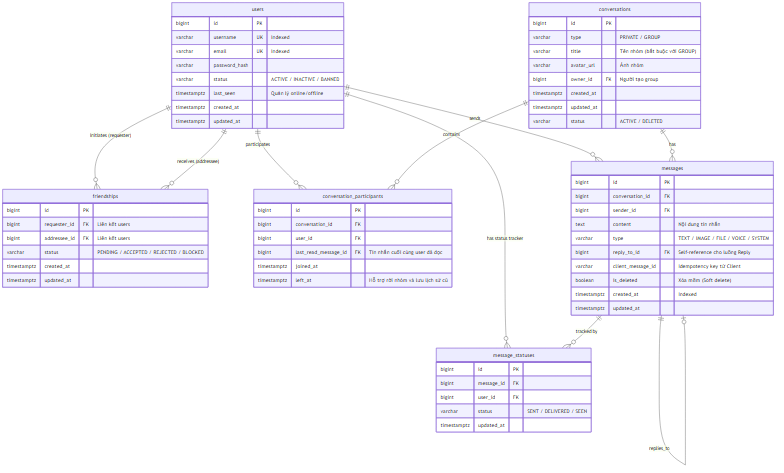
The Mermaid diagram docs/diagrams/database_erd.png in VUVANQUANIT/NexChat, before a commit. Its source is kept beside it as docs/diagrams/database_erd.mmd. Source of this version:
```mermaid
erDiagram
    users {
        bigint id PK
        varchar username UK "Indexed"
        varchar email UK "Indexed"
        varchar password_hash
        varchar status "ACTIVE / INACTIVE / BANNED"
        timestamptz last_seen "Quản lý online/offline"
        timestamptz created_at
        timestamptz updated_at
    }

    friendships {
        bigint id PK
        bigint requester_id FK "Liên kết users"
        bigint addressee_id FK "Liên kết users"
        varchar status "PENDING / ACCEPTED / REJECTED / BLOCKED"
        timestamptz created_at
        timestamptz updated_at
    }

    conversations {
        bigint id PK
        varchar type "PRIVATE / GROUP"
        varchar title "Tên nhóm (bắt buộc với GROUP)"
        varchar avatar_url "Ảnh nhóm"
        bigint owner_id FK "Người tạo group"
        timestamptz created_at
        timestamptz updated_at
        varchar status "ACTIVE / DELETED"
    }

    conversation_participants {
        bigint id PK
        bigint conversation_id FK
        bigint user_id FK
        bigint last_read_message_id FK "Tin nhắn cuối cùng user đã đọc"
        timestamptz joined_at
        timestamptz left_at "Hỗ trợ rời nhóm và lưu lịch sử cũ"
    }

    messages {
        bigint id PK
        bigint conversation_id FK
        bigint sender_id FK
        text content "Nội dung tin nhắn"
        varchar type "TEXT / IMAGE / FILE / VOICE / SYSTEM"
        bigint reply_to_id FK "Self-reference cho luồng Reply"
        varchar client_message_id "Idempotency key từ Client"
        boolean is_deleted "Xóa mềm (Soft delete)"
        timestamptz created_at "Indexed"
        timestamptz updated_at
    }

    message_statuses {
        bigint id PK
        bigint message_id FK
        bigint user_id FK
        varchar status "SENT / DELIVERED / SEEN"
        timestamptz updated_at
    }

    users ||--o{ friendships : "initiates (requester)"
    users ||--o{ friendships : "receives (addressee)"
    users ||--o{ conversation_participants : "participates"
    users ||--o{ messages : "sends"
    users ||--o{ message_statuses : "has status tracker"

    conversations ||--o{ conversation_participants : "contains"
    conversations ||--o{ messages : "has"

    messages ||--o{ message_statuses : "tracked by"
    messages ||--o| messages : "replies_to"
```
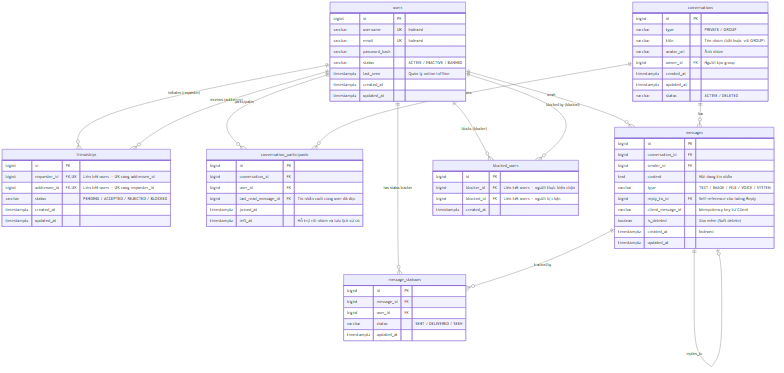
After the commit.

What changed in the source:
```diff
@@ -12,8 +12,8 @@
 
     friendships {
         bigint id PK
-        bigint requester_id FK "Liên kết users"
-        bigint addressee_id FK "Liên kết users"
+        bigint requester_id FK,UK "Liên kết users — UK cùng addressee_id"
+        bigint addressee_id FK,UK "Liên kết users — UK cùng requester_id"
         varchar status "PENDING / ACCEPTED / REJECTED / BLOCKED"
         timestamptz created_at
         timestamptz updated_at
@@ -60,11 +60,20 @@
         timestamptz updated_at
     }
 
+    blocked_users {
+        bigint id PK
+        bigint blocker_id FK "Liên kết users — người thực hiện chặn"
+        bigint blocked_id FK "Liên kết users — người bị chặn"
+        timestamptz created_at
+    }
+
     users ||--o{ friendships : "initiates (requester)"
     users ||--o{ friendships : "receives (addressee)"
     users ||--o{ conversation_participants : "participates"
     users ||--o{ messages : "sends"
     users ||--o{ message_statuses : "has status tracker"
+    users ||--o{ blocked_users : "blocks (blocker)"
+    users ||--o{ blocked_users : "blocked by (blocked)"
 
     conversations ||--o{ conversation_participants : "contains"
     conversations ||--o{ messages : "has"
```
